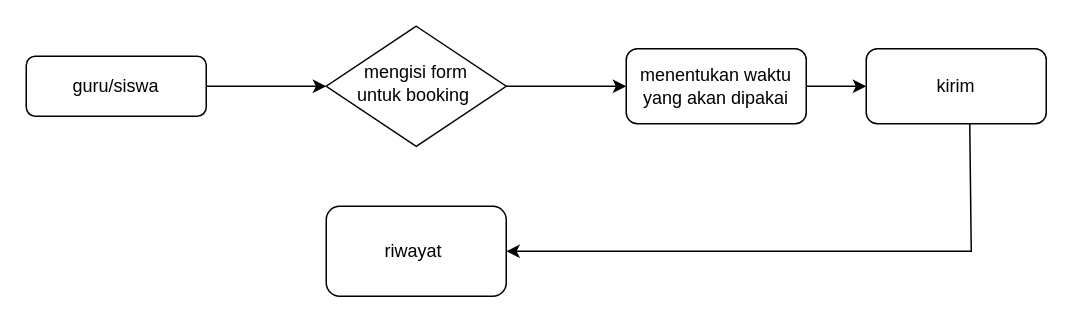
Above: page "Page-1" (1 of 2) of sistem poin.drawio in SaniSahrulMuharam/flow-dan-use-case (draw.io), before the change. Source tidied: cells renumbered, new cells numbered last; positions are measured from the earlier drawing's top-left corner, leaving out a move shared by most shapes. Both pictures are drawn from the tidied source at 150%, with x=0, y=0 at pixel (26, 26).
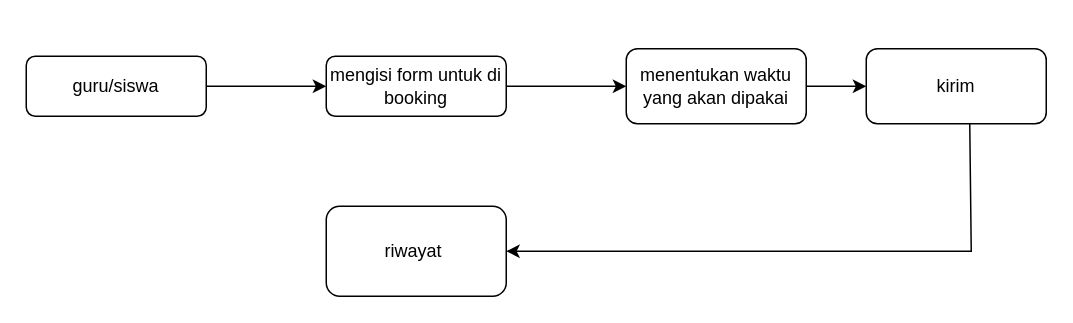
After the change.

Change to the diagram source:
```diff
@@
 <mxGraphModel>
   <root>
     <mxCell id="0" />
     <mxCell id="1" parent="0" />
     <mxCell id="2" value="guru/siswa" style="rounded=1;whiteSpace=wrap;html=1;fontSize=12;glass=0;strokeWidth=1;shadow=0;" parent="1" vertex="1">
       <mxGeometry y="20" width="120" height="40" as="geometry" />
     </mxCell>
-    <mxCell id="3" value="mengisi form&lt;br&gt;untuk booking&amp;nbsp;" style="rhombus;whiteSpace=wrap;html=1;shadow=0;fontFamily=Helvetica;fontSize=12;align=center;strokeWidth=1;spacing=6;spacingTop=-4;" parent="1" vertex="1">
-      <mxGeometry x="200" width="120" height="80" as="geometry" />
-    </mxCell>
     <mxCell id="4" value="menentukan waktu yang akan dipakai" style="rounded=1;whiteSpace=wrap;html=1;fontSize=12;glass=0;strokeWidth=1;shadow=0;" parent="1" vertex="1">
       <mxGeometry x="400" y="15" width="120" height="50" as="geometry" />
     </mxCell>
-    <mxCell id="5" style="endArrow=classic;html=1;rounded=0;entryX=0;entryY=0.5;entryDx=0;entryDy=0;exitX=1;exitY=0.5;exitDx=0;exitDy=0;" parent="1" edge="1" source="2" target="3">
+    <mxCell id="5" style="endArrow=classic;html=1;rounded=0;exitX=1;exitY=0.5;exitDx=0;exitDy=0;entryX=0;entryY=0.5;entryDx=0;entryDy=0;" parent="1" edge="1" source="2" target="11">
       <mxGeometry relative="1" as="geometry" />
     </mxCell>
-    <mxCell id="6" style="endArrow=classic;html=1;rounded=0;exitX=1;exitY=0.5;exitDx=0;exitDy=0;entryX=0;entryY=0.5;entryDx=0;entryDy=0;" parent="1" edge="1" source="3" target="4">
+    <mxCell id="6" style="endArrow=classic;html=1;rounded=0;exitX=1;exitY=0.5;exitDx=0;exitDy=0;entryX=0;entryY=0.5;entryDx=0;entryDy=0;" parent="1" edge="1" source="11" target="4">
       <mxGeometry relative="1" as="geometry" />
     </mxCell>
     <mxCell id="7" value="kirim" style="rounded=1;whiteSpace=wrap;html=1;fontSize=12;glass=0;strokeWidth=1;shadow=0;" parent="1" vertex="1">
       <mxGeometry x="560" y="15" width="120" height="50" as="geometry" />
     </mxCell>
     <mxCell id="8" style="endArrow=classic;html=1;rounded=0;exitX=1;exitY=0.5;exitDx=0;exitDy=0;entryX=0;entryY=0.5;entryDx=0;entryDy=0;" parent="1" edge="1" source="4" target="7">
       <mxGeometry relative="1" as="geometry" />
     </mxCell>
     <mxCell id="9" value="riwayat&amp;nbsp;" style="rounded=1;whiteSpace=wrap;html=1;" parent="1" vertex="1">
       <mxGeometry x="200" y="120" width="120" height="60" as="geometry" />
     </mxCell>
     <mxCell id="10" style="endArrow=classic;html=1;rounded=0;exitX=0.575;exitY=1;exitDx=0;exitDy=0;exitPerimeter=0;" parent="1" edge="1" source="7" target="9">
       <mxGeometry relative="1" as="geometry">
         <Array as="points">
           <mxPoint x="630" y="150" />
         </Array>
       </mxGeometry>
     </mxCell>
+    <mxCell id="11" value="mengisi form untuk di booking" style="rounded=1;whiteSpace=wrap;html=1;fontSize=12;glass=0;strokeWidth=1;shadow=0;" parent="1" vertex="1">
+      <mxGeometry x="200" y="20" width="120" height="40" as="geometry" />
+    </mxCell>
   </root>
 </mxGraphModel>
```
